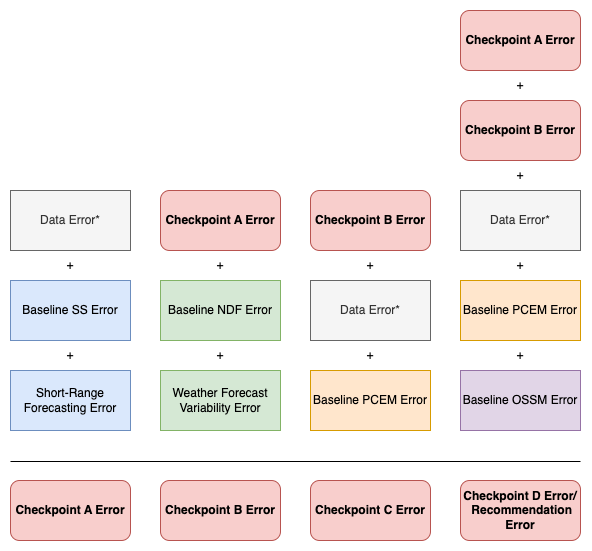
maia-analytica/WRF-ODIN-CWS-Eval keeps this draw.io diagram as figs/CWSODINErrorStacks.drawio.png. Above is the earlier version. Source tidied: cells renumbered, new cells last; positions are measured from the earlier drawing's top-left corner, leaving out a move shared by most shapes. The source it was exported from:
```xml
<mxGraphModel>
  <root>
    <mxCell id="0" />
    <mxCell id="1" parent="0" />
    <mxCell id="2" value="Short-Range Forecasting Error" style="rounded=0;whiteSpace=wrap;html=1;fillColor=#dae8fc;strokeColor=#6c8ebf;" parent="1" vertex="1">
      <mxGeometry y="360" width="120" height="60" as="geometry" />
    </mxCell>
    <mxCell id="3" value="+" style="text;html=1;strokeColor=none;fillColor=none;align=center;verticalAlign=middle;whiteSpace=wrap;rounded=0;" parent="1" vertex="1">
      <mxGeometry x="30" y="330" width="60" height="30" as="geometry" />
    </mxCell>
    <mxCell id="4" value="Baseline SS Error" style="rounded=0;whiteSpace=wrap;html=1;fillColor=#dae8fc;strokeColor=#6c8ebf;" parent="1" vertex="1">
      <mxGeometry y="270" width="120" height="60" as="geometry" />
    </mxCell>
    <mxCell id="5" value="Data Error*" style="rounded=0;whiteSpace=wrap;html=1;fillColor=#f5f5f5;strokeColor=#666666;fontColor=#333333;" parent="1" vertex="1">
      <mxGeometry y="180" width="120" height="60" as="geometry" />
    </mxCell>
    <mxCell id="6" value="Checkpoint A Error" style="rounded=1;whiteSpace=wrap;html=1;fillColor=#f8cecc;strokeColor=#b85450;fontStyle=1;" parent="1" vertex="1">
      <mxGeometry y="470" width="120" height="60" as="geometry" />
    </mxCell>
    <mxCell id="7" value="Checkpoint A Error" style="rounded=1;whiteSpace=wrap;html=1;fillColor=#f8cecc;strokeColor=#b85450;fontStyle=1;" parent="1" vertex="1">
      <mxGeometry x="150" y="180" width="120" height="60" as="geometry" />
    </mxCell>
    <mxCell id="8" value="Baseline NDF Error" style="rounded=0;whiteSpace=wrap;html=1;fillColor=#d5e8d4;strokeColor=#82b366;" parent="1" vertex="1">
      <mxGeometry x="150" y="270" width="120" height="60" as="geometry" />
    </mxCell>
    <mxCell id="9" value="Weather Forecast Variability Error" style="rounded=0;whiteSpace=wrap;html=1;fillColor=#d5e8d4;strokeColor=#82b366;" parent="1" vertex="1">
      <mxGeometry x="150" y="360" width="120" height="60" as="geometry" />
    </mxCell>
    <mxCell id="10" value="Checkpoint B Error" style="rounded=1;whiteSpace=wrap;html=1;fillColor=#f8cecc;strokeColor=#b85450;fontStyle=1;" parent="1" vertex="1">
      <mxGeometry x="150" y="470" width="120" height="60" as="geometry" />
    </mxCell>
    <mxCell id="11" value="Checkpoint B Error" style="rounded=1;whiteSpace=wrap;html=1;fillColor=#f8cecc;strokeColor=#b85450;fontStyle=1;" parent="1" vertex="1">
      <mxGeometry x="300" y="180" width="120" height="60" as="geometry" />
    </mxCell>
    <mxCell id="12" value="Baseline PCEM Error" style="rounded=0;whiteSpace=wrap;html=1;fillColor=#ffe6cc;strokeColor=#d79b00;" parent="1" vertex="1">
      <mxGeometry x="300" y="360" width="120" height="60" as="geometry" />
    </mxCell>
    <mxCell id="13" value="Checkpoint C Error" style="rounded=1;whiteSpace=wrap;html=1;fillColor=#f8cecc;strokeColor=#b85450;fontStyle=1;" parent="1" vertex="1">
      <mxGeometry x="300" y="470" width="120" height="60" as="geometry" />
    </mxCell>
    <mxCell id="14" value="Checkpoint B Error" style="rounded=1;whiteSpace=wrap;html=1;fillColor=#f8cecc;strokeColor=#b85450;fontStyle=1;" parent="1" vertex="1">
      <mxGeometry x="450" y="90" width="120" height="60" as="geometry" />
    </mxCell>
    <mxCell id="15" value="Checkpoint D Error/&lt;br&gt;&amp;nbsp;Recommendation Error" style="rounded=1;whiteSpace=wrap;html=1;fillColor=#f8cecc;strokeColor=#b85450;fontStyle=1;" parent="1" vertex="1">
      <mxGeometry x="450" y="470" width="120" height="60" as="geometry" />
    </mxCell>
    <mxCell id="16" style="endArrow=none;html=1;rounded=0;exitX=0;exitY=0;exitDx=0;exitDy=0;entryX=1;entryY=0;entryDx=0;entryDy=0;" parent="1" edge="1">
      <mxGeometry relative="1" as="geometry">
        <mxPoint y="451" as="sourcePoint" />
        <mxPoint x="570" y="451" as="targetPoint" />
      </mxGeometry>
    </mxCell>
    <mxCell id="17" value="+" style="text;html=1;strokeColor=none;fillColor=none;align=center;verticalAlign=middle;whiteSpace=wrap;rounded=0;" parent="1" vertex="1">
      <mxGeometry x="180" y="240" width="60" height="30" as="geometry" />
    </mxCell>
    <mxCell id="18" value="+" style="text;html=1;strokeColor=none;fillColor=none;align=center;verticalAlign=middle;whiteSpace=wrap;rounded=0;" parent="1" vertex="1">
      <mxGeometry x="180" y="330" width="60" height="30" as="geometry" />
    </mxCell>
    <mxCell id="19" value="+" style="text;html=1;strokeColor=none;fillColor=none;align=center;verticalAlign=middle;whiteSpace=wrap;rounded=0;" parent="1" vertex="1">
      <mxGeometry x="330" y="240" width="60" height="30" as="geometry" />
    </mxCell>
    <mxCell id="20" value="+" style="text;html=1;strokeColor=none;fillColor=none;align=center;verticalAlign=middle;whiteSpace=wrap;rounded=0;" parent="1" vertex="1">
      <mxGeometry x="480" y="240" width="60" height="30" as="geometry" />
    </mxCell>
    <mxCell id="21" value="Baseline OSSM Error" style="rounded=0;whiteSpace=wrap;html=1;fillColor=#e1d5e7;strokeColor=#9673a6;" parent="1" vertex="1">
      <mxGeometry x="450" y="360" width="120" height="60" as="geometry" />
    </mxCell>
    <mxCell id="22" value="+" style="text;html=1;strokeColor=none;fillColor=none;align=center;verticalAlign=middle;whiteSpace=wrap;rounded=0;" parent="1" vertex="1">
      <mxGeometry x="30" y="240" width="60" height="30" as="geometry" />
    </mxCell>
    <mxCell id="23" value="Data Error*" style="rounded=0;whiteSpace=wrap;html=1;fillColor=#f5f5f5;strokeColor=#666666;fontColor=#333333;" parent="1" vertex="1">
      <mxGeometry x="300" y="270" width="120" height="60" as="geometry" />
    </mxCell>
    <mxCell id="24" value="+" style="text;html=1;strokeColor=none;fillColor=none;align=center;verticalAlign=middle;whiteSpace=wrap;rounded=0;" parent="1" vertex="1">
      <mxGeometry x="330" y="330" width="60" height="30" as="geometry" />
    </mxCell>
    <mxCell id="25" value="Baseline PCEM Error" style="rounded=0;whiteSpace=wrap;html=1;fillColor=#ffe6cc;strokeColor=#d79b00;" parent="1" vertex="1">
      <mxGeometry x="450" y="270" width="120" height="60" as="geometry" />
    </mxCell>
    <mxCell id="26" value="Data Error*" style="rounded=0;whiteSpace=wrap;html=1;fillColor=#f5f5f5;strokeColor=#666666;fontColor=#333333;" parent="1" vertex="1">
      <mxGeometry x="450" y="180" width="120" height="60" as="geometry" />
    </mxCell>
    <mxCell id="27" value="+" style="text;html=1;strokeColor=none;fillColor=none;align=center;verticalAlign=middle;whiteSpace=wrap;rounded=0;" parent="1" vertex="1">
      <mxGeometry x="480" y="150" width="60" height="30" as="geometry" />
    </mxCell>
    <mxCell id="28" value="+" style="text;html=1;strokeColor=none;fillColor=none;align=center;verticalAlign=middle;whiteSpace=wrap;rounded=0;" parent="1" vertex="1">
      <mxGeometry x="480" y="330" width="60" height="30" as="geometry" />
    </mxCell>
    <mxCell id="29" value="Checkpoint A Error" style="rounded=1;whiteSpace=wrap;html=1;fillColor=#f8cecc;strokeColor=#b85450;fontStyle=1;" parent="1" vertex="1">
      <mxGeometry x="450" width="120" height="60" as="geometry" />
    </mxCell>
    <mxCell id="30" value="+" style="text;html=1;strokeColor=none;fillColor=none;align=center;verticalAlign=middle;whiteSpace=wrap;rounded=0;" parent="1" vertex="1">
      <mxGeometry x="480" y="60" width="60" height="30" as="geometry" />
    </mxCell>
  </root>
</mxGraphModel>
```
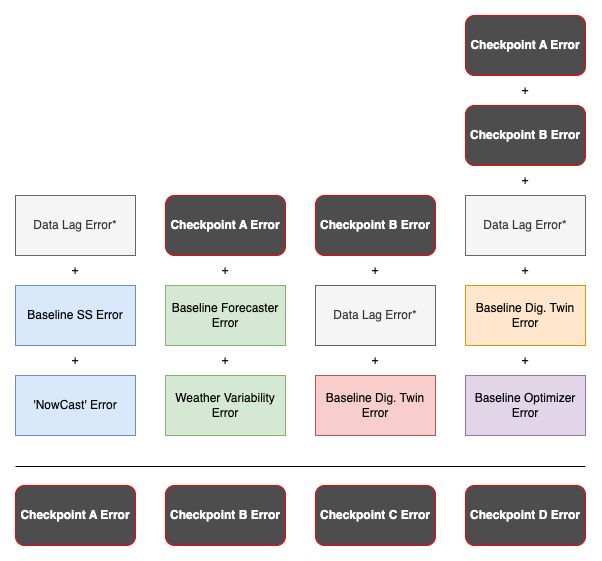
Above is the later version.

Change to the diagram source:
```diff
@@ -2,7 +2,7 @@
   <root>
     <mxCell id="0" />
     <mxCell id="1" parent="0" />
-    <mxCell id="2" value="Short-Range Forecasting Error" style="rounded=0;whiteSpace=wrap;html=1;fillColor=#dae8fc;strokeColor=#6c8ebf;" parent="1" vertex="1">
+    <mxCell id="2" value="'NowCast' Error" style="rounded=0;whiteSpace=wrap;html=1;fillColor=#dae8fc;strokeColor=#6c8ebf;" parent="1" vertex="1">
       <mxGeometry y="360" width="120" height="60" as="geometry" />
     </mxCell>
     <mxCell id="3" value="+" style="text;html=1;strokeColor=none;fillColor=none;align=center;verticalAlign=middle;whiteSpace=wrap;rounded=0;" parent="1" vertex="1">
@@ -11,39 +11,21 @@
     <mxCell id="4" value="Baseline SS Error" style="rounded=0;whiteSpace=wrap;html=1;fillColor=#dae8fc;strokeColor=#6c8ebf;" parent="1" vertex="1">
       <mxGeometry y="270" width="120" height="60" as="geometry" />
     </mxCell>
-    <mxCell id="5" value="Data Error*" style="rounded=0;whiteSpace=wrap;html=1;fillColor=#f5f5f5;strokeColor=#666666;fontColor=#333333;" parent="1" vertex="1">
+    <mxCell id="5" value="Data Lag Error*" style="rounded=0;whiteSpace=wrap;html=1;fillColor=#f5f5f5;strokeColor=#666666;fontColor=#333333;" parent="1" vertex="1">
       <mxGeometry y="180" width="120" height="60" as="geometry" />
     </mxCell>
-    <mxCell id="6" value="Checkpoint A Error" style="rounded=1;whiteSpace=wrap;html=1;fillColor=#f8cecc;strokeColor=#b85450;fontStyle=1;" parent="1" vertex="1">
+    <mxCell id="6" value="Checkpoint A Error" style="rounded=1;whiteSpace=wrap;html=1;fillColor=#4D4D4D;strokeColor=#FF0000;fontStyle=1;fontColor=#FFFFFF;" parent="1" vertex="1">
       <mxGeometry y="470" width="120" height="60" as="geometry" />
     </mxCell>
-    <mxCell id="7" value="Checkpoint A Error" style="rounded=1;whiteSpace=wrap;html=1;fillColor=#f8cecc;strokeColor=#b85450;fontStyle=1;" parent="1" vertex="1">
-      <mxGeometry x="150" y="180" width="120" height="60" as="geometry" />
-    </mxCell>
-    <mxCell id="8" value="Baseline NDF Error" style="rounded=0;whiteSpace=wrap;html=1;fillColor=#d5e8d4;strokeColor=#82b366;" parent="1" vertex="1">
+    <mxCell id="8" value="Baseline Forecaster Error" style="rounded=0;whiteSpace=wrap;html=1;fillColor=#d5e8d4;strokeColor=#82b366;" parent="1" vertex="1">
       <mxGeometry x="150" y="270" width="120" height="60" as="geometry" />
     </mxCell>
-    <mxCell id="9" value="Weather Forecast Variability Error" style="rounded=0;whiteSpace=wrap;html=1;fillColor=#d5e8d4;strokeColor=#82b366;" parent="1" vertex="1">
+    <mxCell id="9" value="Weather Variability Error" style="rounded=0;whiteSpace=wrap;html=1;fillColor=#d5e8d4;strokeColor=#82b366;" parent="1" vertex="1">
       <mxGeometry x="150" y="360" width="120" height="60" as="geometry" />
     </mxCell>
-    <mxCell id="10" value="Checkpoint B Error" style="rounded=1;whiteSpace=wrap;html=1;fillColor=#f8cecc;strokeColor=#b85450;fontStyle=1;" parent="1" vertex="1">
-      <mxGeometry x="150" y="470" width="120" height="60" as="geometry" />
-    </mxCell>
-    <mxCell id="11" value="Checkpoint B Error" style="rounded=1;whiteSpace=wrap;html=1;fillColor=#f8cecc;strokeColor=#b85450;fontStyle=1;" parent="1" vertex="1">
-      <mxGeometry x="300" y="180" width="120" height="60" as="geometry" />
-    </mxCell>
-    <mxCell id="12" value="Baseline PCEM Error" style="rounded=0;whiteSpace=wrap;html=1;fillColor=#ffe6cc;strokeColor=#d79b00;" parent="1" vertex="1">
+    <mxCell id="12" value="Baseline Dig. Twin Error" style="rounded=0;whiteSpace=wrap;html=1;fillColor=#f8cecc;strokeColor=#b85450;" parent="1" vertex="1">
       <mxGeometry x="300" y="360" width="120" height="60" as="geometry" />
     </mxCell>
-    <mxCell id="13" value="Checkpoint C Error" style="rounded=1;whiteSpace=wrap;html=1;fillColor=#f8cecc;strokeColor=#b85450;fontStyle=1;" parent="1" vertex="1">
-      <mxGeometry x="300" y="470" width="120" height="60" as="geometry" />
-    </mxCell>
-    <mxCell id="14" value="Checkpoint B Error" style="rounded=1;whiteSpace=wrap;html=1;fillColor=#f8cecc;strokeColor=#b85450;fontStyle=1;" parent="1" vertex="1">
-      <mxGeometry x="450" y="90" width="120" height="60" as="geometry" />
-    </mxCell>
-    <mxCell id="15" value="Checkpoint D Error/&lt;br&gt;&amp;nbsp;Recommendation Error" style="rounded=1;whiteSpace=wrap;html=1;fillColor=#f8cecc;strokeColor=#b85450;fontStyle=1;" parent="1" vertex="1">
-      <mxGeometry x="450" y="470" width="120" height="60" as="geometry" />
-    </mxCell>
     <mxCell id="16" style="endArrow=none;html=1;rounded=0;exitX=0;exitY=0;exitDx=0;exitDy=0;entryX=1;entryY=0;entryDx=0;entryDy=0;" parent="1" edge="1">
       <mxGeometry relative="1" as="geometry">
         <mxPoint y="451" as="sourcePoint" />
@@ -62,22 +44,22 @@
     <mxCell id="20" value="+" style="text;html=1;strokeColor=none;fillColor=none;align=center;verticalAlign=middle;whiteSpace=wrap;rounded=0;" parent="1" vertex="1">
       <mxGeometry x="480" y="240" width="60" height="30" as="geometry" />
     </mxCell>
-    <mxCell id="21" value="Baseline OSSM Error" style="rounded=0;whiteSpace=wrap;html=1;fillColor=#e1d5e7;strokeColor=#9673a6;" parent="1" vertex="1">
+    <mxCell id="21" value="Baseline Optimizer Error" style="rounded=0;whiteSpace=wrap;html=1;fillColor=#e1d5e7;strokeColor=#9673a6;" parent="1" vertex="1">
       <mxGeometry x="450" y="360" width="120" height="60" as="geometry" />
     </mxCell>
     <mxCell id="22" value="+" style="text;html=1;strokeColor=none;fillColor=none;align=center;verticalAlign=middle;whiteSpace=wrap;rounded=0;" parent="1" vertex="1">
       <mxGeometry x="30" y="240" width="60" height="30" as="geometry" />
     </mxCell>
-    <mxCell id="23" value="Data Error*" style="rounded=0;whiteSpace=wrap;html=1;fillColor=#f5f5f5;strokeColor=#666666;fontColor=#333333;" parent="1" vertex="1">
+    <mxCell id="23" value="Data Lag Error*" style="rounded=0;whiteSpace=wrap;html=1;fillColor=#f5f5f5;strokeColor=#666666;fontColor=#333333;" parent="1" vertex="1">
       <mxGeometry x="300" y="270" width="120" height="60" as="geometry" />
     </mxCell>
     <mxCell id="24" value="+" style="text;html=1;strokeColor=none;fillColor=none;align=center;verticalAlign=middle;whiteSpace=wrap;rounded=0;" parent="1" vertex="1">
       <mxGeometry x="330" y="330" width="60" height="30" as="geometry" />
     </mxCell>
-    <mxCell id="25" value="Baseline PCEM Error" style="rounded=0;whiteSpace=wrap;html=1;fillColor=#ffe6cc;strokeColor=#d79b00;" parent="1" vertex="1">
+    <mxCell id="25" value="Baseline Dig. Twin Error" style="rounded=0;whiteSpace=wrap;html=1;fillColor=#ffe6cc;strokeColor=#d79b00;" parent="1" vertex="1">
       <mxGeometry x="450" y="270" width="120" height="60" as="geometry" />
     </mxCell>
-    <mxCell id="26" value="Data Error*" style="rounded=0;whiteSpace=wrap;html=1;fillColor=#f5f5f5;strokeColor=#666666;fontColor=#333333;" parent="1" vertex="1">
+    <mxCell id="26" value="Data Lag Error*" style="rounded=0;whiteSpace=wrap;html=1;fillColor=#f5f5f5;strokeColor=#666666;fontColor=#333333;" parent="1" vertex="1">
       <mxGeometry x="450" y="180" width="120" height="60" as="geometry" />
     </mxCell>
     <mxCell id="27" value="+" style="text;html=1;strokeColor=none;fillColor=none;align=center;verticalAlign=middle;whiteSpace=wrap;rounded=0;" parent="1" vertex="1">
@@ -86,11 +68,29 @@
     <mxCell id="28" value="+" style="text;html=1;strokeColor=none;fillColor=none;align=center;verticalAlign=middle;whiteSpace=wrap;rounded=0;" parent="1" vertex="1">
       <mxGeometry x="480" y="330" width="60" height="30" as="geometry" />
     </mxCell>
-    <mxCell id="29" value="Checkpoint A Error" style="rounded=1;whiteSpace=wrap;html=1;fillColor=#f8cecc;strokeColor=#b85450;fontStyle=1;" parent="1" vertex="1">
-      <mxGeometry x="450" width="120" height="60" as="geometry" />
-    </mxCell>
     <mxCell id="30" value="+" style="text;html=1;strokeColor=none;fillColor=none;align=center;verticalAlign=middle;whiteSpace=wrap;rounded=0;" parent="1" vertex="1">
       <mxGeometry x="480" y="60" width="60" height="30" as="geometry" />
     </mxCell>
+    <mxCell id="31" value="Checkpoint A Error" style="rounded=1;whiteSpace=wrap;html=1;fillColor=#4D4D4D;strokeColor=#FF0000;fontStyle=1;fontColor=#FFFFFF;" parent="1" vertex="1">
+      <mxGeometry x="150" y="180" width="120" height="60" as="geometry" />
+    </mxCell>
+    <mxCell id="32" value="Checkpoint B Error" style="rounded=1;whiteSpace=wrap;html=1;fillColor=#4D4D4D;strokeColor=#FF0000;fontStyle=1;fontColor=#FFFFFF;" parent="1" vertex="1">
+      <mxGeometry x="150" y="470" width="120" height="60" as="geometry" />
+    </mxCell>
+    <mxCell id="33" value="Checkpoint B Error" style="rounded=1;whiteSpace=wrap;html=1;fillColor=#4D4D4D;strokeColor=#FF0000;fontStyle=1;fontColor=#FFFFFF;" parent="1" vertex="1">
+      <mxGeometry x="300" y="180" width="120" height="60" as="geometry" />
+    </mxCell>
+    <mxCell id="13" value="Checkpoint C Error" style="rounded=1;whiteSpace=wrap;html=1;fillColor=#4D4D4D;strokeColor=#FF0000;fontStyle=1;fontColor=#FFFFFF;" parent="1" vertex="1">
+      <mxGeometry x="300" y="470" width="120" height="60" as="geometry" />
+    </mxCell>
+    <mxCell id="34" value="Checkpoint A Error" style="rounded=1;whiteSpace=wrap;html=1;fillColor=#4D4D4D;strokeColor=#FF0000;fontStyle=1;fontColor=#FFFFFF;" parent="1" vertex="1">
+      <mxGeometry x="450" width="120" height="60" as="geometry" />
+    </mxCell>
+    <mxCell id="35" value="Checkpoint B Error" style="rounded=1;whiteSpace=wrap;html=1;fillColor=#4D4D4D;strokeColor=#FF0000;fontStyle=1;fontColor=#FFFFFF;" parent="1" vertex="1">
+      <mxGeometry x="450" y="90" width="120" height="60" as="geometry" />
+    </mxCell>
+    <mxCell id="36" value="Checkpoint D Error" style="rounded=1;whiteSpace=wrap;html=1;fillColor=#4D4D4D;strokeColor=#FF0000;fontStyle=1;fontColor=#FFFFFF;" parent="1" vertex="1">
+      <mxGeometry x="450" y="470" width="120" height="60" as="geometry" />
+    </mxCell>
   </root>
 </mxGraphModel>
```
